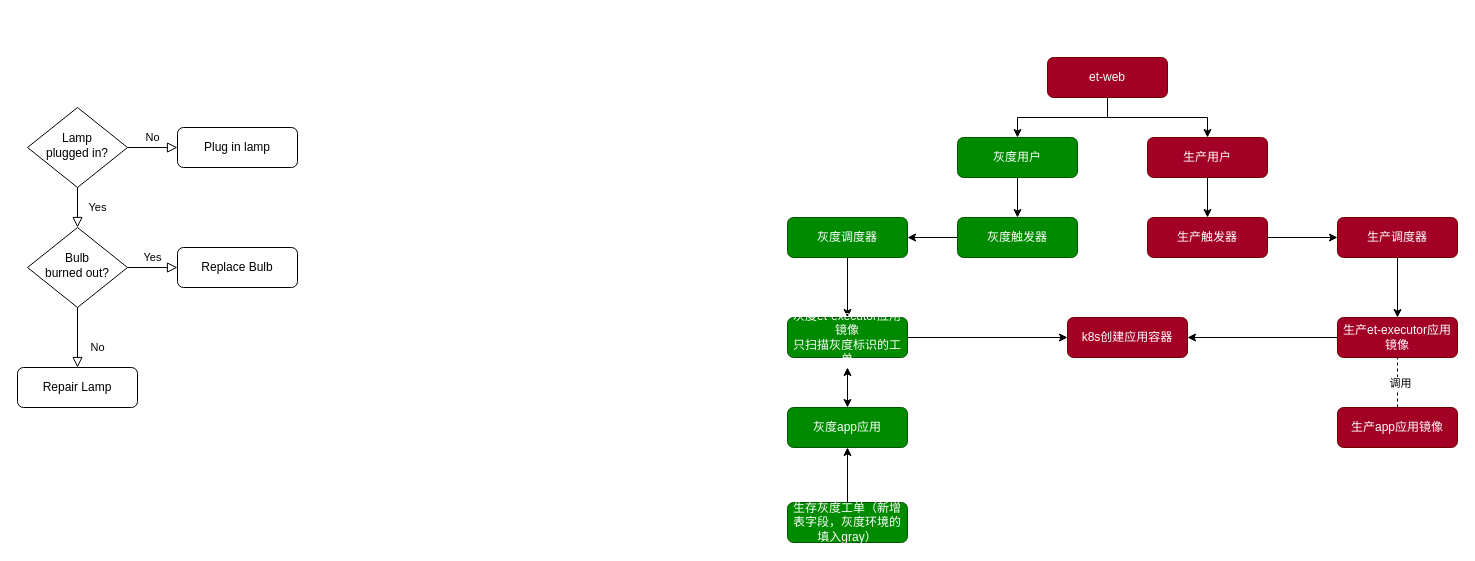
Earlier version of the draw.io diagram 未命名绘图.drawio (315944211/doc). Source tidied: cells renumbered, new cells numbered last; positions are measured from the earlier drawing's top-left corner, leaving out a move shared by most shapes. Both pictures are drawn from the tidied source at 100%, with x=0, y=0 at pixel (17, 57).
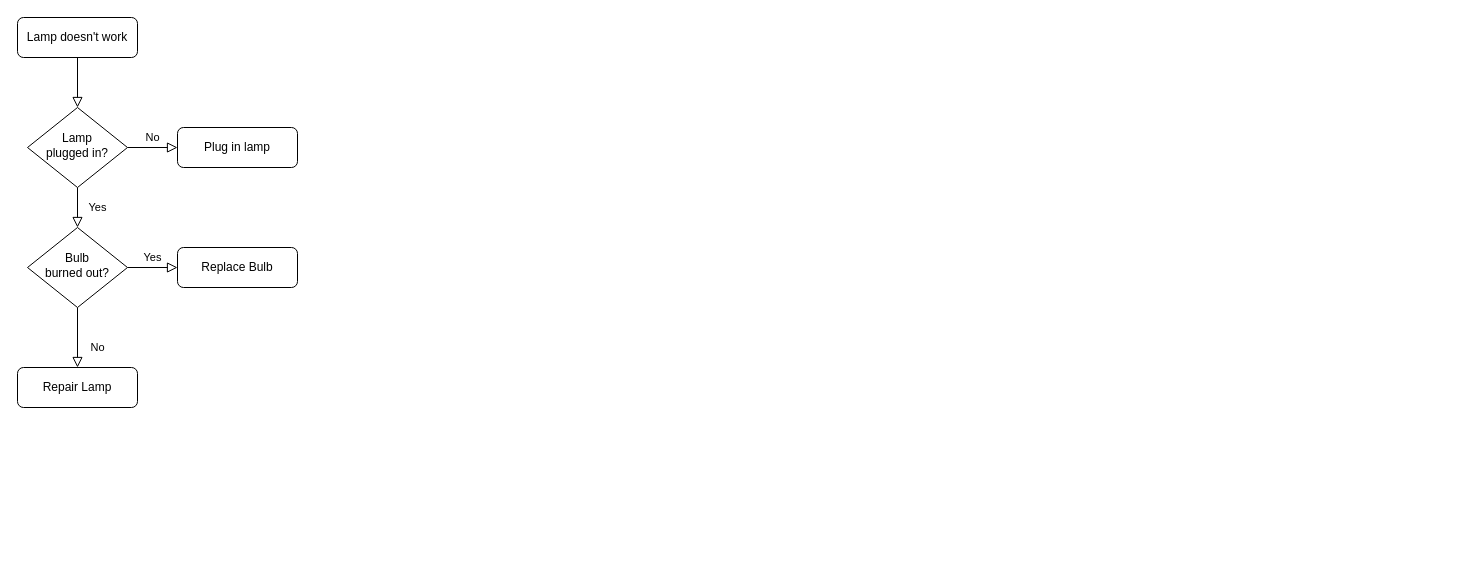
Above is the later version.

Commit message:
已添加 未命名绘图.drawio

The change refers to these unchanged cells:
```xml
<mxCell id="7" value="Lamp&lt;br&gt;plugged in?" style="rhombus;whiteSpace=wrap;html=1;shadow=0;fontFamily=Helvetica;fontSize=12;align=center;strokeWidth=1;spacing=6;spacingTop=-4;" parent="1" vertex="1">
  <mxGeometry x="10" y="50" width="100" height="80" as="geometry" />
</mxCell>
```

Diff of the diagram source:
```diff
@@
-    <mxCell id="2" style="edgeStyle=orthogonalEdgeStyle;rounded=0;jettySize=auto;html=1;entryX=0.5;entryY=0;entryDx=0;entryDy=0;" parent="1" edge="1" source="4" target="15">
-      <mxGeometry relative="1" as="geometry" />
-    </mxCell>
-    <mxCell id="3" style="edgeStyle=orthogonalEdgeStyle;rounded=0;jettySize=auto;html=1;entryX=0.5;entryY=0;entryDx=0;entryDy=0;" parent="1" edge="1" source="4" target="17">
-      <mxGeometry relative="1" as="geometry" />
-    </mxCell>
+    <mxCell id="38" style="rounded=0;html=1;jettySize=auto;fontSize=11;endArrow=block;endFill=0;endSize=8;strokeWidth=1;shadow=0;labelBackgroundColor=none;edgeStyle=orthogonalEdgeStyle;" parent="1" edge="1" source="4" target="7">
+      <mxGeometry relative="1" as="geometry" />
+    </mxCell>
-    <mxCell id="4" value="et-web" style="rounded=1;whiteSpace=wrap;html=1;fontSize=12;glass=0;strokeWidth=1;shadow=0;fillColor=#a20025;fontColor=#ffffff;strokeColor=#6F0000;" parent="1" vertex="1">
-      <mxGeometry x="1030" width="120" height="40" as="geometry" />
+    <mxCell id="4" value="Lamp doesn't work" style="rounded=1;whiteSpace=wrap;html=1;fontSize=12;glass=0;strokeWidth=1;shadow=0;" parent="1" vertex="1">
+      <mxGeometry y="-40" width="120" height="40" as="geometry" />
     </mxCell>
@@
-    <mxCell id="14" style="edgeStyle=orthogonalEdgeStyle;rounded=0;jettySize=auto;html=1;" parent="1" edge="1" source="15" target="21">
-      <mxGeometry relative="1" as="geometry" />
-    </mxCell>
-    <mxCell id="15" value="灰度用户" style="rounded=1;whiteSpace=wrap;html=1;fontSize=12;glass=0;strokeWidth=1;shadow=0;fillColor=#008a00;fontColor=#ffffff;strokeColor=#005700;" parent="1" vertex="1">
-      <mxGeometry x="940" y="80" width="120" height="40" as="geometry" />
-    </mxCell>
-    <mxCell id="16" style="edgeStyle=orthogonalEdgeStyle;rounded=0;jettySize=auto;html=1;" parent="1" edge="1" source="17" target="25">
-      <mxGeometry relative="1" as="geometry" />
-    </mxCell>
-    <mxCell id="17" value="生产用户" style="rounded=1;whiteSpace=wrap;html=1;fontSize=12;glass=0;strokeWidth=1;shadow=0;fillColor=#a20025;fontColor=#ffffff;strokeColor=#6F0000;" parent="1" vertex="1">
-      <mxGeometry x="1130" y="80" width="120" height="40" as="geometry" />
-    </mxCell>
-    <mxCell id="18" style="edgeStyle=orthogonalEdgeStyle;rounded=0;jettySize=auto;html=1;" parent="1" edge="1" source="19" target="28">
-      <mxGeometry relative="1" as="geometry" />
-    </mxCell>
-    <mxCell id="19" value="灰度调度器" style="rounded=1;whiteSpace=wrap;html=1;fontSize=12;glass=0;strokeWidth=1;shadow=0;fillColor=#008a00;fontColor=#ffffff;strokeColor=#005700;" parent="1" vertex="1">
-      <mxGeometry x="770" y="160" width="120" height="40" as="geometry" />
-    </mxCell>
-    <mxCell id="20" style="edgeStyle=orthogonalEdgeStyle;rounded=0;jettySize=auto;html=1;" parent="1" edge="1" source="21" target="19">
-      <mxGeometry relative="1" as="geometry" />
-    </mxCell>
-    <mxCell id="21" value="灰度触发器" style="rounded=1;whiteSpace=wrap;html=1;fontSize=12;glass=0;strokeWidth=1;shadow=0;fillColor=#008a00;fontColor=#ffffff;strokeColor=#005700;" parent="1" vertex="1">
-      <mxGeometry x="940" y="160" width="120" height="40" as="geometry" />
-    </mxCell>
-    <mxCell id="22" style="edgeStyle=orthogonalEdgeStyle;rounded=0;jettySize=auto;html=1;" parent="1" edge="1" source="23" target="30">
-      <mxGeometry relative="1" as="geometry" />
-    </mxCell>
-    <mxCell id="23" value="生产调度器" style="rounded=1;whiteSpace=wrap;html=1;fontSize=12;glass=0;strokeWidth=1;shadow=0;fillColor=#a20025;fontColor=#ffffff;strokeColor=#6F0000;" parent="1" vertex="1">
-      <mxGeometry x="1320" y="160" width="120" height="40" as="geometry" />
-    </mxCell>
-    <mxCell id="24" style="edgeStyle=orthogonalEdgeStyle;rounded=0;jettySize=auto;html=1;" parent="1" edge="1" source="25" target="23">
-      <mxGeometry relative="1" as="geometry" />
-    </mxCell>
-    <mxCell id="25" value="生产触发器" style="rounded=1;whiteSpace=wrap;html=1;fontSize=12;glass=0;strokeWidth=1;shadow=0;fillColor=#a20025;fontColor=#ffffff;strokeColor=#6F0000;" parent="1" vertex="1">
-      <mxGeometry x="1130" y="160" width="120" height="40" as="geometry" />
-    </mxCell>
-    <mxCell id="26" value="k8s创建应用容器" style="rounded=1;whiteSpace=wrap;html=1;fontSize=12;glass=0;strokeWidth=1;shadow=0;fillColor=#a20025;fontColor=#ffffff;strokeColor=#6F0000;" parent="1" vertex="1">
-      <mxGeometry x="1050" y="260" width="120" height="40" as="geometry" />
-    </mxCell>
-    <mxCell id="27" style="edgeStyle=orthogonalEdgeStyle;rounded=0;jettySize=auto;html=1;" parent="1" edge="1" source="28" target="26">
-      <mxGeometry relative="1" as="geometry" />
-    </mxCell>
-    <mxCell id="28" value="灰度et-executor应用镜像&lt;br&gt;只扫描灰度标识的工单" style="rounded=1;whiteSpace=wrap;html=1;fontSize=12;glass=0;strokeWidth=1;shadow=0;fillColor=#008a00;fontColor=#ffffff;strokeColor=#005700;" parent="1" vertex="1">
-      <mxGeometry x="770" y="260" width="120" height="40" as="geometry" />
-    </mxCell>
-    <mxCell id="29" style="edgeStyle=orthogonalEdgeStyle;rounded=0;jettySize=auto;html=1;entryX=1;entryY=0.5;entryDx=0;entryDy=0;" parent="1" edge="1" source="30" target="26">
-      <mxGeometry relative="1" as="geometry" />
-    </mxCell>
-    <mxCell id="30" value="生产et-executor应用镜像" style="rounded=1;whiteSpace=wrap;html=1;fontSize=12;glass=0;strokeWidth=1;shadow=0;fillColor=#a20025;fontColor=#ffffff;strokeColor=#6F0000;" parent="1" vertex="1">
-      <mxGeometry x="1320" y="260" width="120" height="40" as="geometry" />
-    </mxCell>
-    <mxCell id="31" value="灰度app应用" style="rounded=1;whiteSpace=wrap;html=1;fontSize=12;glass=0;strokeWidth=1;shadow=0;fillColor=#008a00;fontColor=#ffffff;strokeColor=#005700;" parent="1" vertex="1">
-      <mxGeometry x="770" y="350" width="120" height="40" as="geometry" />
-    </mxCell>
-    <mxCell id="32" value="生产app应用镜像" style="rounded=1;whiteSpace=wrap;html=1;fontSize=12;glass=0;strokeWidth=1;shadow=0;fillColor=#a20025;fontColor=#ffffff;strokeColor=#6F0000;" parent="1" vertex="1">
-      <mxGeometry x="1320" y="350" width="120" height="40" as="geometry" />
-    </mxCell>
-    <mxCell id="33" style="endArrow=none;dashed=1;html=1;rounded=0;exitX=0.5;exitY=0;exitDx=0;exitDy=0;entryX=0.5;entryY=1;entryDx=0;entryDy=0;" parent="1" edge="1" source="32" target="30">
-      <mxGeometry relative="1" as="geometry" />
-    </mxCell>
-    <mxCell id="34" value="调用" style="edgeLabel;html=1;align=center;verticalAlign=middle;" parent="33" vertex="1">
-      <mxGeometry y="-2" relative="1" as="geometry" />
-    </mxCell>
-    <mxCell id="35" style="edgeStyle=orthogonalEdgeStyle;rounded=0;jettySize=auto;html=1;" parent="1" edge="1" source="36" target="31">
-      <mxGeometry relative="1" as="geometry" />
-    </mxCell>
-    <mxCell id="36" value="生存灰度工单（新增表字段，灰度环境的填入gray）" style="rounded=1;whiteSpace=wrap;html=1;fontSize=12;glass=0;strokeWidth=1;shadow=0;fillColor=#008a00;fontColor=#ffffff;strokeColor=#005700;" parent="1" vertex="1">
-      <mxGeometry x="770" y="445" width="120" height="40" as="geometry" />
-    </mxCell>
-    <mxCell id="37" style="endArrow=classic;startArrow=classic;html=1;rounded=0;exitX=0.5;exitY=0;exitDx=0;exitDy=0;" parent="1" edge="1" source="31">
-      <mxGeometry relative="1" as="geometry">
-        <mxPoint x="830" y="310" as="targetPoint" />
-      </mxGeometry>
-    </mxCell>
```
